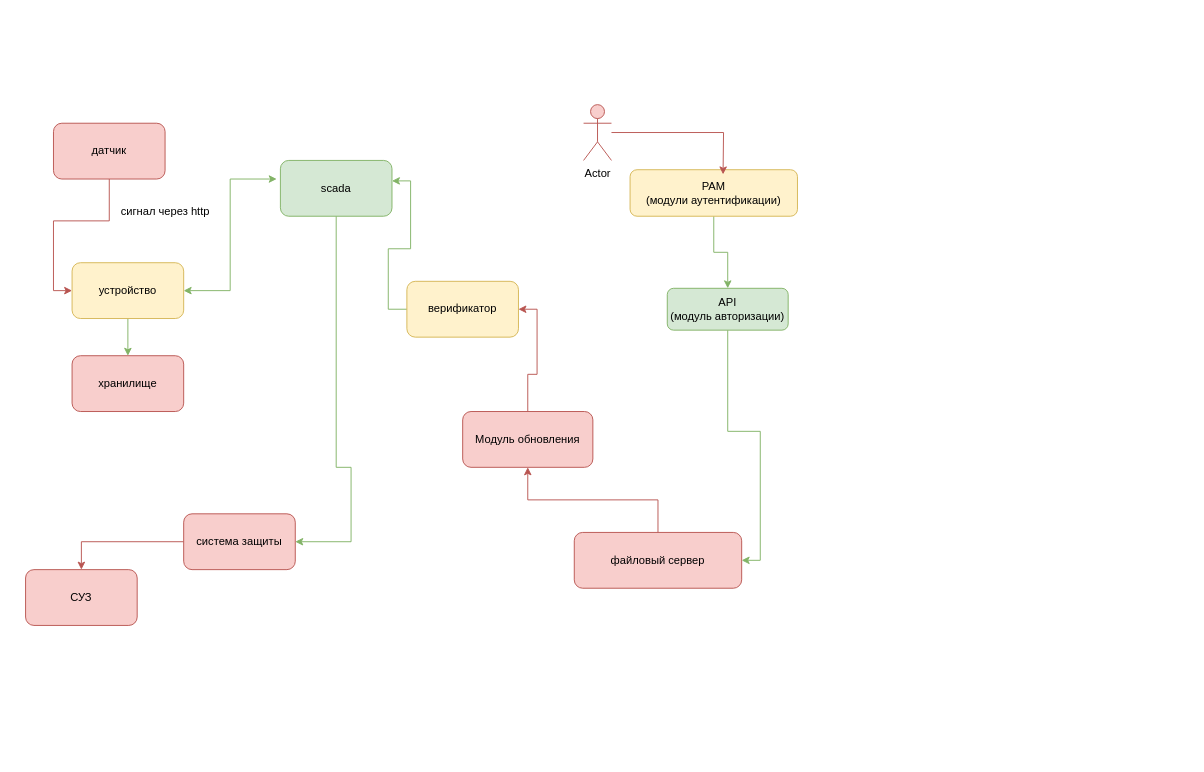
Earlier version of the draw.io diagram dfd.drawio (Liraslava/hacatonKiberImyn). Source tidied: cells renumbered, new cells numbered last; positions are measured from the earlier drawing's top-left corner, leaving out a move shared by most shapes. Both pictures are drawn from the tidied source at 93%, with x=0, y=0 at pixel (25, 104).
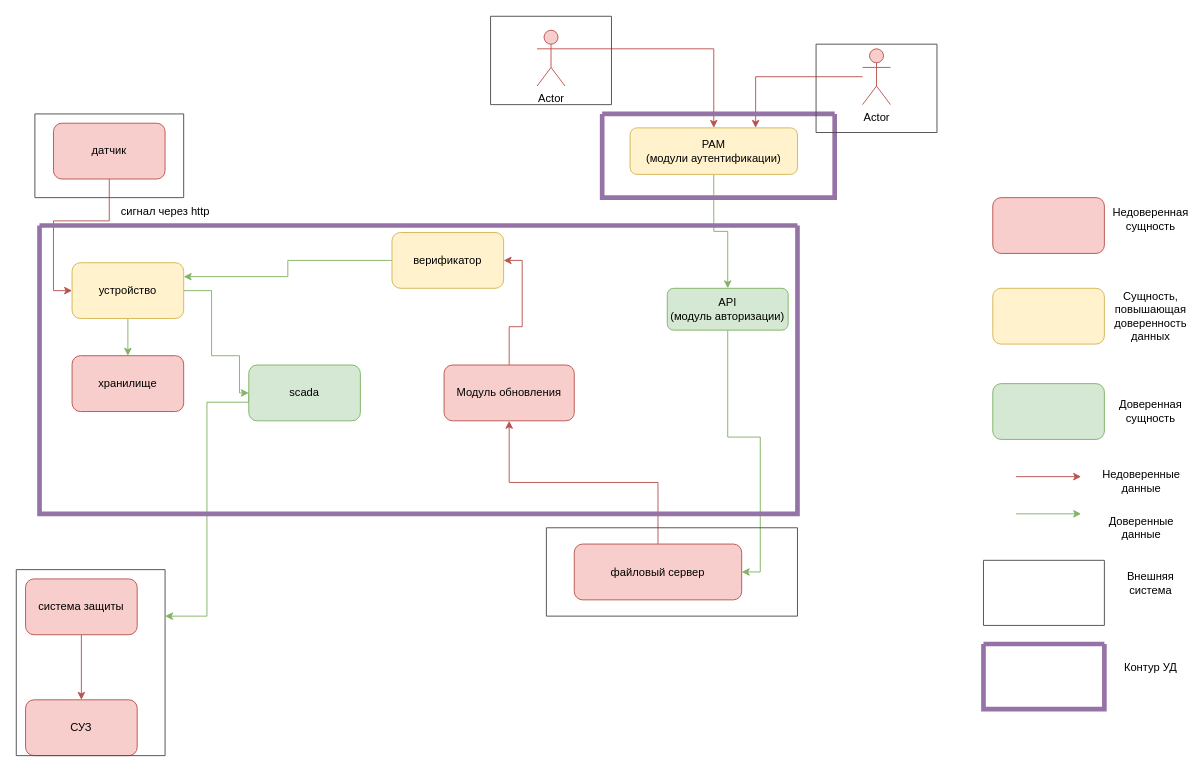
The same diagram, later.

The change refers to these unchanged cells:
```xml
<mxCell id="4" value="устройство" style="rounded=1;whiteSpace=wrap;html=1;fillColor=#fff2cc;strokeColor=#d6b656;" parent="1" vertex="1">
  <mxGeometry x="50" y="170" width="120" height="60" as="geometry" />
</mxCell>
```

Change to the diagram source:
```diff
@@
-    <mxCell id="2" style="edgeStyle=orthogonalEdgeStyle;rounded=0;jettySize=auto;html=1;fillColor=#d5e8d4;strokeColor=#82b366;startArrow=classic;startFill=1;" parent="1" edge="1" source="4">
+    <mxCell id="2" style="edgeStyle=orthogonalEdgeStyle;rounded=0;jettySize=auto;html=1;fillColor=#d5e8d4;strokeColor=#82b366;startArrow=none;startFill=0;endArrow=classic;endFill=1;entryX=0;entryY=0.5;entryDx=0;entryDy=0;" parent="1" edge="1" source="4" target="8">
       <mxGeometry relative="1" as="geometry">
-        <mxPoint x="270" y="80" as="targetPoint" />
         <Array as="points">
-          <mxPoint x="220" y="200" />
-          <mxPoint x="220" y="80" />
+          <mxPoint x="200" y="200" />
+          <mxPoint x="200" y="270" />
+          <mxPoint x="230" y="270" />
+          <mxPoint x="230" y="310" />
         </Array>
       </mxGeometry>
     </mxCell>
@@
-    <mxCell id="7" style="edgeStyle=orthogonalEdgeStyle;rounded=0;jettySize=auto;html=1;entryX=1;entryY=0.5;entryDx=0;entryDy=0;fillColor=#d5e8d4;strokeColor=#82b366;" parent="1" edge="1" source="8" target="16">
-      <mxGeometry relative="1" as="geometry">
-        <Array as="points">
-          <mxPoint x="334" y="390" />
-          <mxPoint x="350" y="390" />
-          <mxPoint x="350" y="470" />
-        </Array>
-      </mxGeometry>
-    </mxCell>
+    <mxCell id="26" style="edgeStyle=orthogonalEdgeStyle;rounded=0;jettySize=auto;html=1;exitX=0;exitY=0.5;exitDx=0;exitDy=0;entryX=1;entryY=0.25;entryDx=0;entryDy=0;fillColor=#d5e8d4;strokeColor=#82b366;" parent="1" edge="1" source="8" target="41">
+      <mxGeometry relative="1" as="geometry">
+        <Array as="points">
+          <mxPoint x="240" y="320" />
+          <mxPoint x="195" y="320" />
+          <mxPoint x="195" y="550" />
+        </Array>
+      </mxGeometry>
+    </mxCell>
     <mxCell id="8" value="scada" style="rounded=1;whiteSpace=wrap;html=1;fillColor=#d5e8d4;strokeColor=#82b366;" parent="1" vertex="1">
-      <mxGeometry x="274" y="60" width="120" height="60" as="geometry" />
+      <mxGeometry x="240" y="280" width="120" height="60" as="geometry" />
     </mxCell>
@@
-    <mxCell id="10" value="файловый сервер" style="rounded=1;whiteSpace=wrap;html=1;fillColor=#f8cecc;strokeColor=#b85450;" parent="1" vertex="1">
-      <mxGeometry x="590" y="460" width="180" height="60" as="geometry" />
-    </mxCell>
@@
     <mxCell id="12" value="PAM&lt;br&gt;(модули аутентификации)" style="rounded=1;whiteSpace=wrap;html=1;fillColor=#fff2cc;strokeColor=#d6b656;" parent="1" vertex="1">
-      <mxGeometry x="650" y="70" width="180" height="50" as="geometry" />
+      <mxGeometry x="650" y="25" width="180" height="50" as="geometry" />
     </mxCell>
@@
     <mxCell id="14" value="Модуль обновления" style="rounded=1;whiteSpace=wrap;html=1;fillColor=#f8cecc;strokeColor=#b85450;" parent="1" vertex="1">
-      <mxGeometry x="470" y="330" width="140" height="60" as="geometry" />
+      <mxGeometry x="450" y="280" width="140" height="60" as="geometry" />
     </mxCell>
@@
     <mxCell id="16" value="система защиты" style="rounded=1;whiteSpace=wrap;html=1;fillColor=#f8cecc;strokeColor=#b85450;" parent="1" vertex="1">
-      <mxGeometry x="170" y="440" width="120" height="60" as="geometry" />
+      <mxGeometry y="510" width="120" height="60" as="geometry" />
     </mxCell>
@@
     <mxCell id="18" value="СУЗ" style="rounded=1;whiteSpace=wrap;html=1;fillColor=#f8cecc;strokeColor=#b85450;" parent="1" vertex="1">
-      <mxGeometry y="500" width="120" height="60" as="geometry" />
+      <mxGeometry y="640" width="120" height="60" as="geometry" />
     </mxCell>
@@
-    <mxCell id="20" style="edgeStyle=orthogonalEdgeStyle;rounded=0;jettySize=auto;html=1;entryX=0.5;entryY=0;entryDx=0;entryDy=0;fillColor=#f8cecc;strokeColor=#b85450;" parent="1" edge="1" source="21">
-      <mxGeometry relative="1" as="geometry">
-        <mxPoint x="750" y="75" as="targetPoint" />
-      </mxGeometry>
-    </mxCell>
+    <mxCell id="27" style="edgeStyle=orthogonalEdgeStyle;rounded=0;jettySize=auto;html=1;exitX=1;exitY=0.3333333333333333;exitDx=0;exitDy=0;exitPerimeter=0;entryX=0.5;entryY=0;entryDx=0;entryDy=0;fillColor=#f8cecc;strokeColor=#b85450;" parent="1" edge="1" source="21" target="12">
+      <mxGeometry relative="1" as="geometry" />
+    </mxCell>
     <mxCell id="21" value="Actor" style="shape=umlActor;verticalLabelPosition=bottom;verticalAlign=top;html=1;outlineConnect=0;fillColor=#f8cecc;strokeColor=#b85450;" parent="1" vertex="1">
-      <mxGeometry x="600" width="30" height="60" as="geometry" />
+      <mxGeometry x="550" y="-80" width="30" height="60" as="geometry" />
     </mxCell>
@@
-    <mxCell id="24" style="edgeStyle=orthogonalEdgeStyle;rounded=0;jettySize=auto;html=1;entryX=1;entryY=0.367;entryDx=0;entryDy=0;entryPerimeter=0;fillColor=#d5e8d4;strokeColor=#82b366;" parent="1" edge="1" source="25" target="8">
-      <mxGeometry relative="1" as="geometry" />
-    </mxCell>
+    <mxCell id="28" style="edgeStyle=orthogonalEdgeStyle;rounded=0;jettySize=auto;html=1;entryX=1;entryY=0.25;entryDx=0;entryDy=0;fillColor=#d5e8d4;strokeColor=#82b366;" parent="1" edge="1" source="25" target="4">
+      <mxGeometry relative="1" as="geometry" />
+    </mxCell>
     <mxCell id="25" value="верификатор" style="rounded=1;whiteSpace=wrap;html=1;fillColor=#fff2cc;strokeColor=#d6b656;" parent="1" vertex="1">
-      <mxGeometry x="410" y="190" width="120" height="60" as="geometry" />
+      <mxGeometry x="394" y="137.5" width="120" height="60" as="geometry" />
     </mxCell>
+    <mxCell id="29" style="edgeStyle=orthogonalEdgeStyle;rounded=0;jettySize=auto;html=1;entryX=0.75;entryY=0;entryDx=0;entryDy=0;fillColor=#f8cecc;strokeColor=#b85450;" parent="1" edge="1" source="30" target="12">
+      <mxGeometry relative="1" as="geometry" />
+    </mxCell>
+    <mxCell id="30" value="Actor" style="shape=umlActor;verticalLabelPosition=bottom;verticalAlign=top;html=1;outlineConnect=0;fillColor=#f8cecc;strokeColor=#b85450;" parent="1" vertex="1">
+      <mxGeometry x="900" y="-60" width="30" height="60" as="geometry" />
+    </mxCell>
+    <mxCell id="31" style="rounded=1;whiteSpace=wrap;html=1;fillColor=#f8cecc;strokeColor=#b85450;" parent="1" vertex="1">
+      <mxGeometry x="1040" y="100" width="120" height="60" as="geometry" />
+    </mxCell>
+    <mxCell id="32" value="Недоверенная сущность" style="text;html=1;strokeColor=none;fillColor=none;align=center;verticalAlign=middle;whiteSpace=wrap;rounded=0;" parent="1" vertex="1">
+      <mxGeometry x="1180" y="107.5" width="60" height="30" as="geometry" />
+    </mxCell>
+    <mxCell id="33" style="rounded=1;whiteSpace=wrap;html=1;fillColor=#fff2cc;strokeColor=#d6b656;" parent="1" vertex="1">
+      <mxGeometry x="1040" y="197.5" width="120" height="60" as="geometry" />
+    </mxCell>
+    <mxCell id="34" value="Сущность, повышающая доверенность данных" style="text;html=1;strokeColor=none;fillColor=none;align=center;verticalAlign=middle;whiteSpace=wrap;rounded=0;" parent="1" vertex="1">
+      <mxGeometry x="1180" y="212.5" width="60" height="30" as="geometry" />
+    </mxCell>
+    <mxCell id="35" style="rounded=1;whiteSpace=wrap;html=1;fillColor=#d5e8d4;strokeColor=#82b366;" parent="1" vertex="1">
+      <mxGeometry x="1040" y="300" width="120" height="60" as="geometry" />
+    </mxCell>
+    <mxCell id="36" value="Доверенная сущность" style="text;html=1;strokeColor=none;fillColor=none;align=center;verticalAlign=middle;whiteSpace=wrap;rounded=0;" parent="1" vertex="1">
+      <mxGeometry x="1180" y="315" width="60" height="30" as="geometry" />
+    </mxCell>
+    <mxCell id="37" style="endArrow=classic;html=1;rounded=0;fillColor=#f8cecc;strokeColor=#b85450;" parent="1" edge="1">
+      <mxGeometry relative="1" as="geometry">
+        <mxPoint x="1065" y="400" as="sourcePoint" />
+        <mxPoint x="1135" y="400" as="targetPoint" />
+      </mxGeometry>
+    </mxCell>
+    <mxCell id="38" value="Недоверенные данные" style="text;html=1;strokeColor=none;fillColor=none;align=center;verticalAlign=middle;whiteSpace=wrap;rounded=0;" parent="1" vertex="1">
+      <mxGeometry x="1170" y="390" width="60" height="30" as="geometry" />
+    </mxCell>
+    <mxCell id="39" style="endArrow=classic;html=1;rounded=0;fillColor=#d5e8d4;strokeColor=#82b366;" parent="1" edge="1">
+      <mxGeometry relative="1" as="geometry">
+        <mxPoint x="1065" y="440" as="sourcePoint" />
+        <mxPoint x="1135" y="440" as="targetPoint" />
+      </mxGeometry>
+    </mxCell>
+    <mxCell id="40" value="Доверенные данные" style="text;html=1;strokeColor=none;fillColor=none;align=center;verticalAlign=middle;whiteSpace=wrap;rounded=0;" parent="1" vertex="1">
+      <mxGeometry x="1170" y="440" width="60" height="30" as="geometry" />
+    </mxCell>
+    <mxCell id="41" style="swimlane;startSize=0;strokeColor=#4D4D4D;" parent="1" vertex="1">
+      <mxGeometry x="-10" y="500" width="160" height="200" as="geometry" />
+    </mxCell>
+    <mxCell id="42" style="swimlane;startSize=0;strokeColor=#4D4D4D;" parent="1" vertex="1">
+      <mxGeometry x="10" y="10" width="160" height="90" as="geometry" />
+    </mxCell>
+    <mxCell id="43" style="swimlane;startSize=0;strokeColor=#4D4D4D;" parent="1" vertex="1">
+      <mxGeometry x="1030" y="490" width="130" height="70" as="geometry" />
+    </mxCell>
+    <mxCell id="44" style="swimlane;startSize=0;strokeColor=#4D4D4D;" parent="1" vertex="1">
+      <mxGeometry x="560" y="455" width="270" height="95" as="geometry" />
+    </mxCell>
+    <mxCell id="10" value="файловый сервер" style="rounded=1;whiteSpace=wrap;html=1;fillColor=#f8cecc;strokeColor=#b85450;" parent="44" vertex="1">
+      <mxGeometry x="30" y="17.5" width="180" height="60" as="geometry" />
+    </mxCell>
+    <mxCell id="45" value="Внешняя система" style="text;html=1;strokeColor=none;fillColor=none;align=center;verticalAlign=middle;whiteSpace=wrap;rounded=0;" parent="1" vertex="1">
+      <mxGeometry x="1180" y="500" width="60" height="30" as="geometry" />
+    </mxCell>
+    <mxCell id="46" style="swimlane;startSize=0;strokeColor=#9673a6;fillColor=#e1d5e7;strokeWidth=5;" parent="1" vertex="1">
+      <mxGeometry x="15" y="130" width="815" height="310" as="geometry" />
+    </mxCell>
+    <mxCell id="47" style="swimlane;startSize=0;strokeColor=#9673a6;fillColor=#e1d5e7;strokeWidth=5;" parent="1" vertex="1">
+      <mxGeometry x="620" y="10" width="250" height="90" as="geometry" />
+    </mxCell>
+    <mxCell id="48" style="swimlane;startSize=0;strokeColor=#4D4D4D;" parent="1" vertex="1">
+      <mxGeometry x="850" y="-65" width="130" height="95" as="geometry" />
+    </mxCell>
+    <mxCell id="49" style="swimlane;startSize=0;strokeColor=#4D4D4D;" parent="1" vertex="1">
+      <mxGeometry x="500" y="-95" width="130" height="95" as="geometry" />
+    </mxCell>
+    <mxCell id="50" style="swimlane;startSize=0;strokeColor=#9673a6;fillColor=#e1d5e7;strokeWidth=5;" parent="1" vertex="1">
+      <mxGeometry x="1030" y="580" width="130" height="70" as="geometry" />
+    </mxCell>
+    <mxCell id="51" value="Контур УД" style="text;html=1;strokeColor=none;fillColor=none;align=center;verticalAlign=middle;whiteSpace=wrap;rounded=0;" parent="1" vertex="1">
+      <mxGeometry x="1180" y="590" width="60" height="30" as="geometry" />
+    </mxCell>
```
